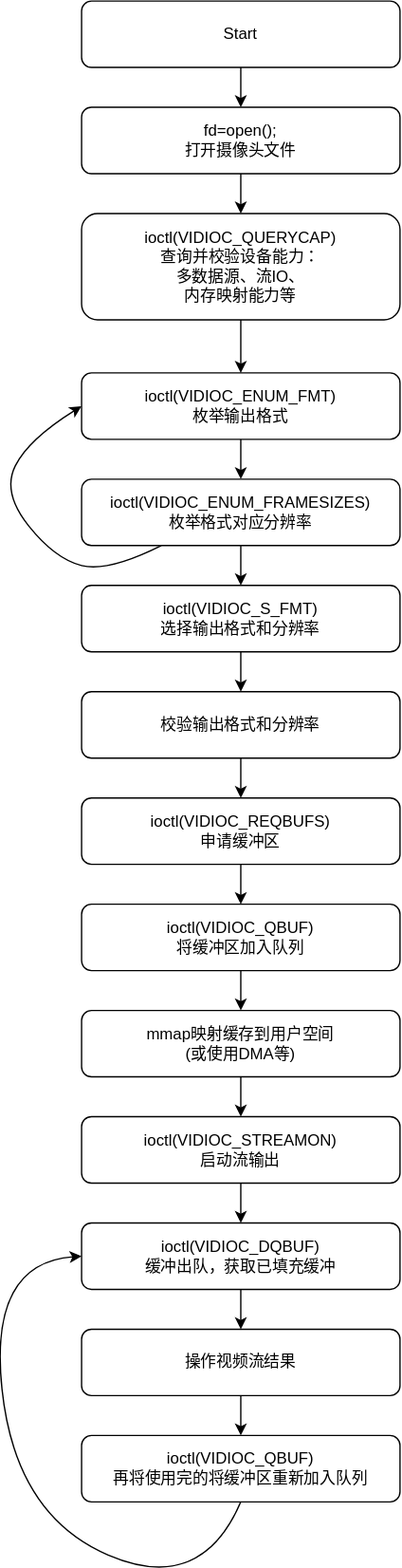
Before: Linux内核原理及其开发/Resources/视频设备用户态流程.svg, a diagram exported from draw.io (h13-0/Notebooks). Source tidied: cells renumbered, new cells last; positions are measured from the earlier drawing's top-left corner, leaving out a move shared by most shapes. Source of this version:
```xml
<mxGraphModel>
  <root>
    <mxCell id="0" />
    <mxCell id="1" parent="0" />
    <mxCell id="2" value="Start" style="rounded=1;whiteSpace=wrap;html=1;" parent="1" vertex="1">
      <mxGeometry x="70" width="240" height="50" as="geometry" />
    </mxCell>
    <mxCell id="3" value="fd=open();&lt;br&gt;打开摄像头文件" style="rounded=1;whiteSpace=wrap;html=1;" parent="1" vertex="1">
      <mxGeometry x="70" y="80" width="240" height="50" as="geometry" />
    </mxCell>
    <mxCell id="4" style="edgeStyle=none;html=1;exitX=0.5;exitY=1;exitDx=0;exitDy=0;entryX=0.5;entryY=0;entryDx=0;entryDy=0;" parent="1" edge="1" source="5" target="7">
      <mxGeometry relative="1" as="geometry" />
    </mxCell>
    <mxCell id="5" value="ioctl(VIDIOC_QUERYCAP)&lt;br&gt;查询并校验设备能力：&lt;br&gt;多数据源、流IO、&lt;br&gt;内存映射能力等" style="rounded=1;whiteSpace=wrap;html=1;" parent="1" vertex="1">
      <mxGeometry x="70" y="160" width="240" height="80" as="geometry" />
    </mxCell>
    <mxCell id="6" style="edgeStyle=none;html=1;exitX=0.5;exitY=1;exitDx=0;exitDy=0;entryX=0.5;entryY=0;entryDx=0;entryDy=0;" parent="1" edge="1" source="7" target="11">
      <mxGeometry relative="1" as="geometry" />
    </mxCell>
    <mxCell id="7" value="ioctl(VIDIOC_ENUM_FMT)&lt;br&gt;枚举输出格式" style="rounded=1;whiteSpace=wrap;html=1;" parent="1" vertex="1">
      <mxGeometry x="70" y="280" width="240" height="50" as="geometry" />
    </mxCell>
    <mxCell id="8" style="endArrow=classic;html=1;exitX=0.5;exitY=1;exitDx=0;exitDy=0;" parent="1" edge="1" source="2" target="3">
      <mxGeometry relative="1" as="geometry" />
    </mxCell>
    <mxCell id="9" style="endArrow=classic;html=1;entryX=0.5;entryY=0;entryDx=0;entryDy=0;exitX=0.5;exitY=1;exitDx=0;exitDy=0;" parent="1" edge="1" source="3" target="5">
      <mxGeometry relative="1" as="geometry" />
    </mxCell>
    <mxCell id="10" style="edgeStyle=none;html=1;exitX=0.5;exitY=1;exitDx=0;exitDy=0;entryX=0.5;entryY=0;entryDx=0;entryDy=0;" parent="1" edge="1" source="11" target="13">
      <mxGeometry relative="1" as="geometry" />
    </mxCell>
    <mxCell id="11" value="ioctl(VIDIOC_ENUM_FRAMESIZES)&lt;br&gt;枚举格式对应分辨率" style="rounded=1;whiteSpace=wrap;html=1;" parent="1" vertex="1">
      <mxGeometry x="70" y="360" width="240" height="50" as="geometry" />
    </mxCell>
    <mxCell id="12" style="edgeStyle=none;html=1;exitX=0.5;exitY=1;exitDx=0;exitDy=0;entryX=0.5;entryY=0;entryDx=0;entryDy=0;" parent="1" edge="1" source="13" target="16">
      <mxGeometry relative="1" as="geometry" />
    </mxCell>
    <mxCell id="13" value="ioctl(VIDIOC_S_FMT)&lt;br&gt;选择输出格式和分辨率" style="rounded=1;whiteSpace=wrap;html=1;" parent="1" vertex="1">
      <mxGeometry x="70" y="440" width="240" height="50" as="geometry" />
    </mxCell>
    <mxCell id="14" style="curved=1;endArrow=classic;html=1;exitX=0.25;exitY=1;exitDx=0;exitDy=0;entryX=0;entryY=0.5;entryDx=0;entryDy=0;" parent="1" edge="1" source="11" target="7">
      <mxGeometry relative="1" as="geometry">
        <Array as="points">
          <mxPoint x="90" y="430" />
          <mxPoint x="50" y="420" />
          <mxPoint x="10" y="370" />
          <mxPoint x="30" y="330" />
        </Array>
      </mxGeometry>
    </mxCell>
    <mxCell id="15" style="edgeStyle=none;html=1;exitX=0.5;exitY=1;exitDx=0;exitDy=0;entryX=0.5;entryY=0;entryDx=0;entryDy=0;" parent="1" edge="1" source="16" target="18">
      <mxGeometry relative="1" as="geometry" />
    </mxCell>
    <mxCell id="16" value="校验输出格式和分辨率" style="rounded=1;whiteSpace=wrap;html=1;" parent="1" vertex="1">
      <mxGeometry x="70" y="520" width="240" height="50" as="geometry" />
    </mxCell>
    <mxCell id="17" style="edgeStyle=none;html=1;exitX=0.5;exitY=1;exitDx=0;exitDy=0;entryX=0.5;entryY=0;entryDx=0;entryDy=0;" parent="1" edge="1" source="18" target="20">
      <mxGeometry relative="1" as="geometry" />
    </mxCell>
    <mxCell id="18" value="ioctl(VIDIOC_REQBUFS)&lt;br&gt;申请缓冲区" style="rounded=1;whiteSpace=wrap;html=1;" parent="1" vertex="1">
      <mxGeometry x="70" y="600" width="240" height="50" as="geometry" />
    </mxCell>
    <mxCell id="19" style="edgeStyle=none;html=1;exitX=0.5;exitY=1;exitDx=0;exitDy=0;entryX=0.5;entryY=0;entryDx=0;entryDy=0;" parent="1" edge="1" source="20" target="22">
      <mxGeometry relative="1" as="geometry" />
    </mxCell>
    <mxCell id="20" value="ioctl(VIDIOC_QBUF)&lt;br&gt;将缓冲区加入队列" style="rounded=1;whiteSpace=wrap;html=1;" parent="1" vertex="1">
      <mxGeometry x="70" y="680" width="240" height="50" as="geometry" />
    </mxCell>
    <mxCell id="21" style="edgeStyle=none;html=1;exitX=0.5;exitY=1;exitDx=0;exitDy=0;entryX=0.5;entryY=0;entryDx=0;entryDy=0;" parent="1" edge="1" source="22" target="24">
      <mxGeometry relative="1" as="geometry" />
    </mxCell>
    <mxCell id="22" value="mmap映射缓存到用户空间&lt;br&gt;(或使用DMA等)" style="rounded=1;whiteSpace=wrap;html=1;" parent="1" vertex="1">
      <mxGeometry x="70" y="760" width="240" height="50" as="geometry" />
    </mxCell>
    <mxCell id="23" style="edgeStyle=none;html=1;exitX=0.5;exitY=1;exitDx=0;exitDy=0;entryX=0.5;entryY=0;entryDx=0;entryDy=0;" parent="1" edge="1" source="24" target="26">
      <mxGeometry relative="1" as="geometry" />
    </mxCell>
    <mxCell id="24" value="ioctl(VIDIOC_STREAMON)&lt;br&gt;启动流输出" style="rounded=1;whiteSpace=wrap;html=1;" parent="1" vertex="1">
      <mxGeometry x="70" y="840" width="240" height="50" as="geometry" />
    </mxCell>
    <mxCell id="25" style="edgeStyle=none;html=1;exitX=0.5;exitY=1;exitDx=0;exitDy=0;entryX=0.5;entryY=0;entryDx=0;entryDy=0;" parent="1" edge="1" source="26" target="28">
      <mxGeometry relative="1" as="geometry" />
    </mxCell>
    <mxCell id="26" value="ioctl(VIDIOC_DQBUF)&lt;br&gt;缓冲出队，获取已填充缓冲" style="rounded=1;whiteSpace=wrap;html=1;" parent="1" vertex="1">
      <mxGeometry x="70" y="920" width="240" height="50" as="geometry" />
    </mxCell>
    <mxCell id="27" style="edgeStyle=none;html=1;exitX=0.5;exitY=1;exitDx=0;exitDy=0;entryX=0.5;entryY=0;entryDx=0;entryDy=0;" parent="1" edge="1" source="28" target="29">
      <mxGeometry relative="1" as="geometry" />
    </mxCell>
    <mxCell id="28" value="操作视频流结果" style="rounded=1;whiteSpace=wrap;html=1;" parent="1" vertex="1">
      <mxGeometry x="70" y="1000" width="240" height="50" as="geometry" />
    </mxCell>
    <mxCell id="29" value="ioctl(VIDIOC_QBUF)&lt;br&gt;再将使用完的将缓冲区重新加入队列" style="rounded=1;whiteSpace=wrap;html=1;" parent="1" vertex="1">
      <mxGeometry x="70" y="1080" width="240" height="50" as="geometry" />
    </mxCell>
    <mxCell id="30" style="curved=1;endArrow=classic;html=1;exitX=0.5;exitY=1;exitDx=0;exitDy=0;entryX=0;entryY=0.5;entryDx=0;entryDy=0;" parent="1" edge="1" source="29" target="26">
      <mxGeometry relative="1" as="geometry">
        <Array as="points">
          <mxPoint x="160" y="1200" />
          <mxPoint x="20" y="1140" />
          <mxPoint y="950" />
        </Array>
      </mxGeometry>
    </mxCell>
  </root>
</mxGraphModel>
```
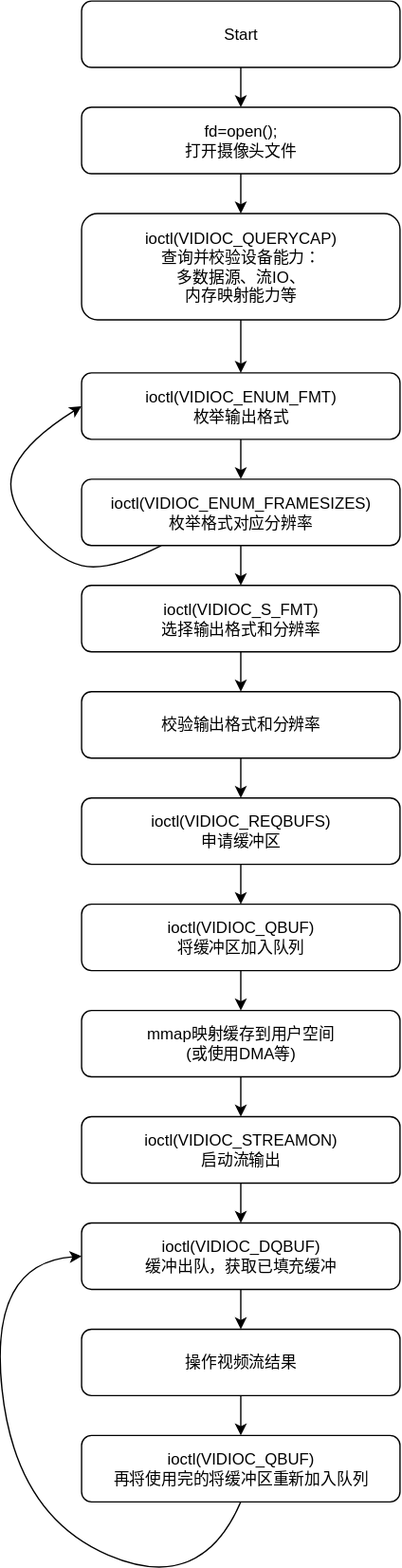
Above is the later version.

Commit message:
vault backup: 2025-12-18 09:40:19

What changed in the source:
```diff
@@ -2,22 +2,22 @@
   <root>
     <mxCell id="0" />
     <mxCell id="1" parent="0" />
-    <mxCell id="2" value="Start" style="rounded=1;whiteSpace=wrap;html=1;" parent="1" vertex="1">
+    <mxCell id="2" value="Start" style="rounded=1;whiteSpace=wrap;html=1;fillColor=#FFFFFF;" parent="1" vertex="1">
       <mxGeometry x="70" width="240" height="50" as="geometry" />
     </mxCell>
-    <mxCell id="3" value="fd=open();&lt;br&gt;打开摄像头文件" style="rounded=1;whiteSpace=wrap;html=1;" parent="1" vertex="1">
+    <mxCell id="3" value="fd=open();&lt;br&gt;打开摄像头文件" style="rounded=1;whiteSpace=wrap;html=1;fillColor=#FFFFFF;" parent="1" vertex="1">
       <mxGeometry x="70" y="80" width="240" height="50" as="geometry" />
     </mxCell>
     <mxCell id="4" style="edgeStyle=none;html=1;exitX=0.5;exitY=1;exitDx=0;exitDy=0;entryX=0.5;entryY=0;entryDx=0;entryDy=0;" parent="1" edge="1" source="5" target="7">
       <mxGeometry relative="1" as="geometry" />
     </mxCell>
-    <mxCell id="5" value="ioctl(VIDIOC_QUERYCAP)&lt;br&gt;查询并校验设备能力：&lt;br&gt;多数据源、流IO、&lt;br&gt;内存映射能力等" style="rounded=1;whiteSpace=wrap;html=1;" parent="1" vertex="1">
+    <mxCell id="5" value="ioctl(VIDIOC_QUERYCAP)&lt;br&gt;查询并校验设备能力：&lt;br&gt;多数据源、流IO、&lt;br&gt;内存映射能力等" style="rounded=1;whiteSpace=wrap;html=1;fillColor=#FFFFFF;" parent="1" vertex="1">
       <mxGeometry x="70" y="160" width="240" height="80" as="geometry" />
     </mxCell>
     <mxCell id="6" style="edgeStyle=none;html=1;exitX=0.5;exitY=1;exitDx=0;exitDy=0;entryX=0.5;entryY=0;entryDx=0;entryDy=0;" parent="1" edge="1" source="7" target="11">
       <mxGeometry relative="1" as="geometry" />
     </mxCell>
-    <mxCell id="7" value="ioctl(VIDIOC_ENUM_FMT)&lt;br&gt;枚举输出格式" style="rounded=1;whiteSpace=wrap;html=1;" parent="1" vertex="1">
+    <mxCell id="7" value="ioctl(VIDIOC_ENUM_FMT)&lt;br&gt;枚举输出格式" style="rounded=1;whiteSpace=wrap;html=1;fillColor=#FFFFFF;" parent="1" vertex="1">
       <mxGeometry x="70" y="280" width="240" height="50" as="geometry" />
     </mxCell>
     <mxCell id="8" style="endArrow=classic;html=1;exitX=0.5;exitY=1;exitDx=0;exitDy=0;" parent="1" edge="1" source="2" target="3">
@@ -29,13 +29,13 @@
     <mxCell id="10" style="edgeStyle=none;html=1;exitX=0.5;exitY=1;exitDx=0;exitDy=0;entryX=0.5;entryY=0;entryDx=0;entryDy=0;" parent="1" edge="1" source="11" target="13">
       <mxGeometry relative="1" as="geometry" />
     </mxCell>
-    <mxCell id="11" value="ioctl(VIDIOC_ENUM_FRAMESIZES)&lt;br&gt;枚举格式对应分辨率" style="rounded=1;whiteSpace=wrap;html=1;" parent="1" vertex="1">
+    <mxCell id="11" value="ioctl(VIDIOC_ENUM_FRAMESIZES)&lt;br&gt;枚举格式对应分辨率" style="rounded=1;whiteSpace=wrap;html=1;fillColor=#FFFFFF;" parent="1" vertex="1">
       <mxGeometry x="70" y="360" width="240" height="50" as="geometry" />
     </mxCell>
     <mxCell id="12" style="edgeStyle=none;html=1;exitX=0.5;exitY=1;exitDx=0;exitDy=0;entryX=0.5;entryY=0;entryDx=0;entryDy=0;" parent="1" edge="1" source="13" target="16">
       <mxGeometry relative="1" as="geometry" />
     </mxCell>
-    <mxCell id="13" value="ioctl(VIDIOC_S_FMT)&lt;br&gt;选择输出格式和分辨率" style="rounded=1;whiteSpace=wrap;html=1;" parent="1" vertex="1">
+    <mxCell id="13" value="ioctl(VIDIOC_S_FMT)&lt;br&gt;选择输出格式和分辨率" style="rounded=1;whiteSpace=wrap;html=1;fillColor=#FFFFFF;" parent="1" vertex="1">
       <mxGeometry x="70" y="440" width="240" height="50" as="geometry" />
     </mxCell>
     <mxCell id="14" style="curved=1;endArrow=classic;html=1;exitX=0.25;exitY=1;exitDx=0;exitDy=0;entryX=0;entryY=0.5;entryDx=0;entryDy=0;" parent="1" edge="1" source="11" target="7">
@@ -51,46 +51,46 @@
     <mxCell id="15" style="edgeStyle=none;html=1;exitX=0.5;exitY=1;exitDx=0;exitDy=0;entryX=0.5;entryY=0;entryDx=0;entryDy=0;" parent="1" edge="1" source="16" target="18">
       <mxGeometry relative="1" as="geometry" />
     </mxCell>
-    <mxCell id="16" value="校验输出格式和分辨率" style="rounded=1;whiteSpace=wrap;html=1;" parent="1" vertex="1">
+    <mxCell id="16" value="校验输出格式和分辨率" style="rounded=1;whiteSpace=wrap;html=1;fillColor=#FFFFFF;" parent="1" vertex="1">
       <mxGeometry x="70" y="520" width="240" height="50" as="geometry" />
     </mxCell>
     <mxCell id="17" style="edgeStyle=none;html=1;exitX=0.5;exitY=1;exitDx=0;exitDy=0;entryX=0.5;entryY=0;entryDx=0;entryDy=0;" parent="1" edge="1" source="18" target="20">
       <mxGeometry relative="1" as="geometry" />
     </mxCell>
-    <mxCell id="18" value="ioctl(VIDIOC_REQBUFS)&lt;br&gt;申请缓冲区" style="rounded=1;whiteSpace=wrap;html=1;" parent="1" vertex="1">
+    <mxCell id="18" value="ioctl(VIDIOC_REQBUFS)&lt;br&gt;申请缓冲区" style="rounded=1;whiteSpace=wrap;html=1;fillColor=#FFFFFF;" parent="1" vertex="1">
       <mxGeometry x="70" y="600" width="240" height="50" as="geometry" />
     </mxCell>
     <mxCell id="19" style="edgeStyle=none;html=1;exitX=0.5;exitY=1;exitDx=0;exitDy=0;entryX=0.5;entryY=0;entryDx=0;entryDy=0;" parent="1" edge="1" source="20" target="22">
       <mxGeometry relative="1" as="geometry" />
     </mxCell>
-    <mxCell id="20" value="ioctl(VIDIOC_QBUF)&lt;br&gt;将缓冲区加入队列" style="rounded=1;whiteSpace=wrap;html=1;" parent="1" vertex="1">
+    <mxCell id="20" value="ioctl(VIDIOC_QBUF)&lt;br&gt;将缓冲区加入队列" style="rounded=1;whiteSpace=wrap;html=1;fillColor=#FFFFFF;" parent="1" vertex="1">
       <mxGeometry x="70" y="680" width="240" height="50" as="geometry" />
     </mxCell>
     <mxCell id="21" style="edgeStyle=none;html=1;exitX=0.5;exitY=1;exitDx=0;exitDy=0;entryX=0.5;entryY=0;entryDx=0;entryDy=0;" parent="1" edge="1" source="22" target="24">
       <mxGeometry relative="1" as="geometry" />
     </mxCell>
-    <mxCell id="22" value="mmap映射缓存到用户空间&lt;br&gt;(或使用DMA等)" style="rounded=1;whiteSpace=wrap;html=1;" parent="1" vertex="1">
+    <mxCell id="22" value="mmap映射缓存到用户空间&lt;br&gt;(或使用DMA等)" style="rounded=1;whiteSpace=wrap;html=1;fillColor=#FFFFFF;" parent="1" vertex="1">
       <mxGeometry x="70" y="760" width="240" height="50" as="geometry" />
     </mxCell>
     <mxCell id="23" style="edgeStyle=none;html=1;exitX=0.5;exitY=1;exitDx=0;exitDy=0;entryX=0.5;entryY=0;entryDx=0;entryDy=0;" parent="1" edge="1" source="24" target="26">
       <mxGeometry relative="1" as="geometry" />
     </mxCell>
-    <mxCell id="24" value="ioctl(VIDIOC_STREAMON)&lt;br&gt;启动流输出" style="rounded=1;whiteSpace=wrap;html=1;" parent="1" vertex="1">
+    <mxCell id="24" value="ioctl(VIDIOC_STREAMON)&lt;br&gt;启动流输出" style="rounded=1;whiteSpace=wrap;html=1;fillColor=#FFFFFF;" parent="1" vertex="1">
       <mxGeometry x="70" y="840" width="240" height="50" as="geometry" />
     </mxCell>
     <mxCell id="25" style="edgeStyle=none;html=1;exitX=0.5;exitY=1;exitDx=0;exitDy=0;entryX=0.5;entryY=0;entryDx=0;entryDy=0;" parent="1" edge="1" source="26" target="28">
       <mxGeometry relative="1" as="geometry" />
     </mxCell>
-    <mxCell id="26" value="ioctl(VIDIOC_DQBUF)&lt;br&gt;缓冲出队，获取已填充缓冲" style="rounded=1;whiteSpace=wrap;html=1;" parent="1" vertex="1">
+    <mxCell id="26" value="ioctl(VIDIOC_DQBUF)&lt;br&gt;缓冲出队，获取已填充缓冲" style="rounded=1;whiteSpace=wrap;html=1;fillColor=#FFFFFF;" parent="1" vertex="1">
       <mxGeometry x="70" y="920" width="240" height="50" as="geometry" />
     </mxCell>
     <mxCell id="27" style="edgeStyle=none;html=1;exitX=0.5;exitY=1;exitDx=0;exitDy=0;entryX=0.5;entryY=0;entryDx=0;entryDy=0;" parent="1" edge="1" source="28" target="29">
       <mxGeometry relative="1" as="geometry" />
     </mxCell>
-    <mxCell id="28" value="操作视频流结果" style="rounded=1;whiteSpace=wrap;html=1;" parent="1" vertex="1">
+    <mxCell id="28" value="操作视频流结果" style="rounded=1;whiteSpace=wrap;html=1;fillColor=#FFFFFF;" parent="1" vertex="1">
       <mxGeometry x="70" y="1000" width="240" height="50" as="geometry" />
     </mxCell>
-    <mxCell id="29" value="ioctl(VIDIOC_QBUF)&lt;br&gt;再将使用完的将缓冲区重新加入队列" style="rounded=1;whiteSpace=wrap;html=1;" parent="1" vertex="1">
+    <mxCell id="29" value="ioctl(VIDIOC_QBUF)&lt;br&gt;再将使用完的将缓冲区重新加入队列" style="rounded=1;whiteSpace=wrap;html=1;fillColor=#FFFFFF;" parent="1" vertex="1">
       <mxGeometry x="70" y="1080" width="240" height="50" as="geometry" />
     </mxCell>
     <mxCell id="30" style="curved=1;endArrow=classic;html=1;exitX=0.5;exitY=1;exitDx=0;exitDy=0;entryX=0;entryY=0.5;entryDx=0;entryDy=0;" parent="1" edge="1" source="29" target="26">
```
